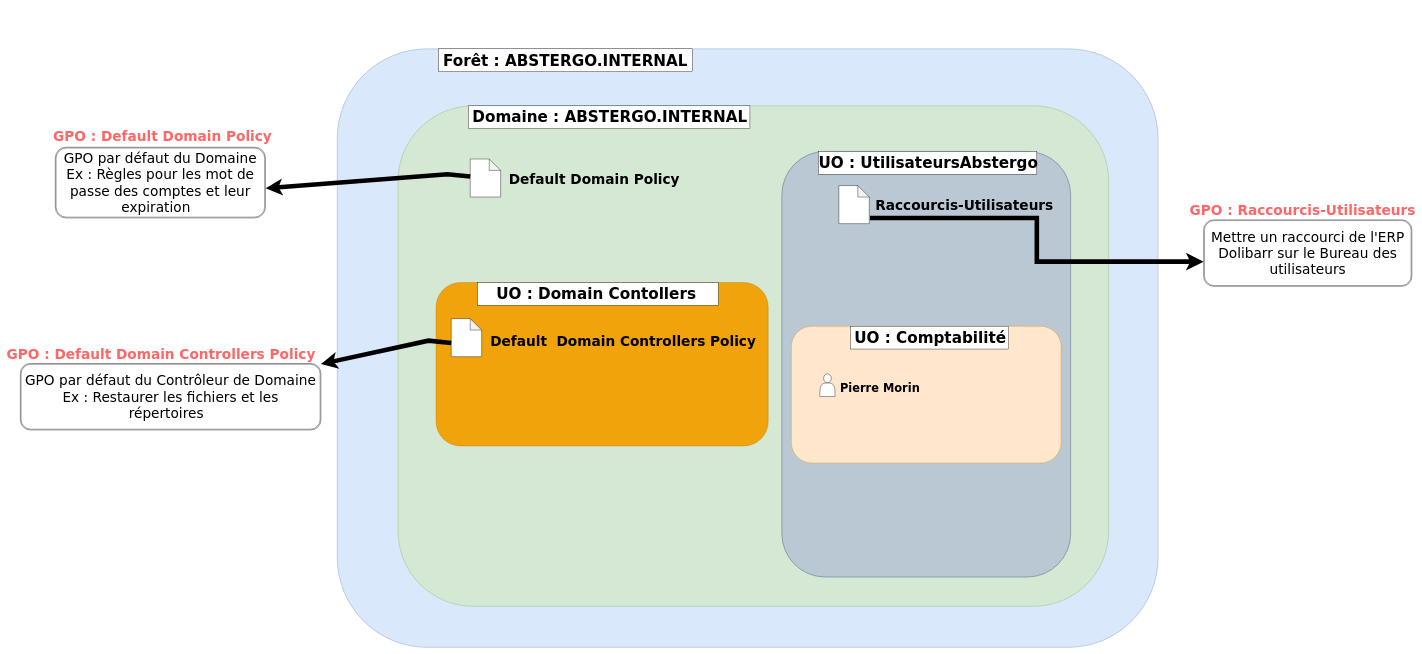
The draw.io diagram Vue_administration.drawio in CharifMah/AbstergoAnimus, before the edit. Source tidied: cells renumbered, new cells numbered last; positions are measured from the earlier drawing's top-left corner, leaving out a move shared by most shapes. Both pictures are drawn from the tidied source at 38%, with x=0, y=0 at pixel (20, 49).
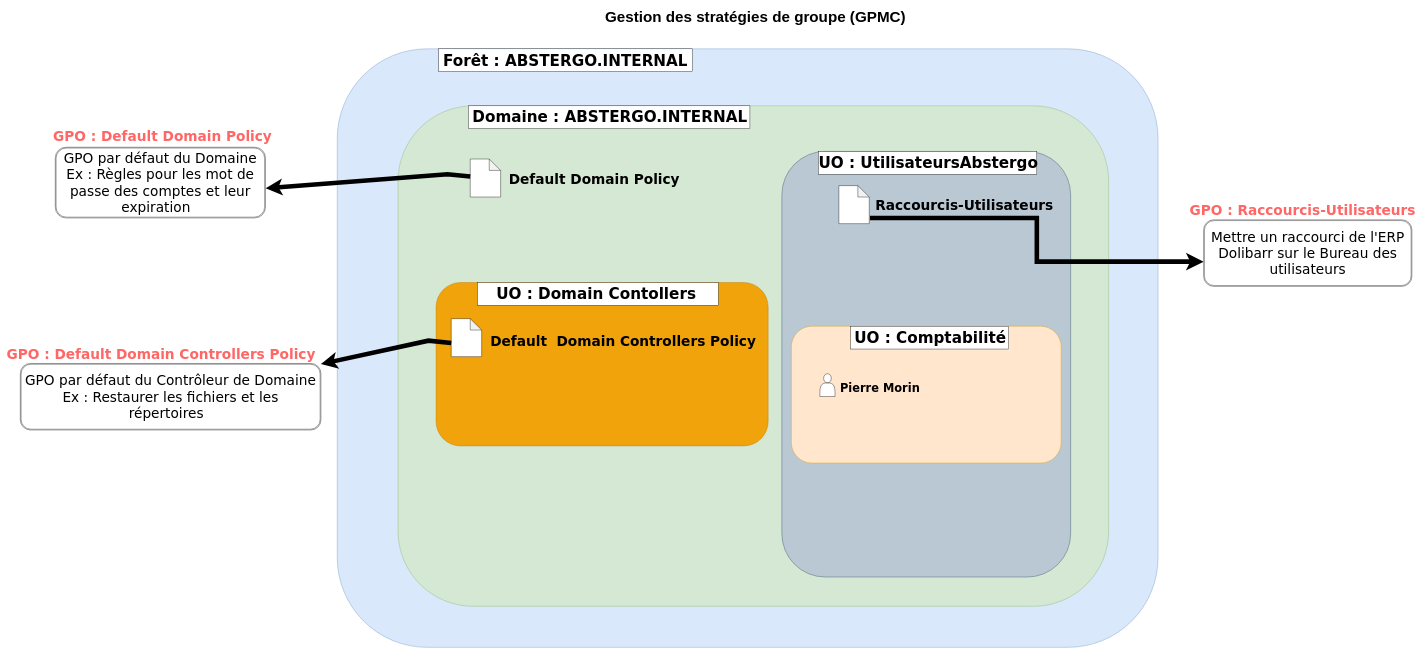
The same page after the edit.

Commit message:
Mettre à jour Vue_administration.drawio

The edit, as a diff of the source:
```diff
@@
+    <mxCell id="34" value="&lt;h1 style=&quot;text-align: left; box-sizing: inherit; margin: 0px; max-width: 1072px; line-height: 46px;&quot; class=&quot;blog-post-hero-title semibold&quot;&gt;&lt;span style=&quot;color: var(--primary-dark-navy-600); font-family: &amp;quot;Graphik LC Web&amp;quot;, sans-serif; font-size: 40px; background-color: rgb(255, 255, 255);&quot;&gt;Gestion des stratégies de groupe (GPMC)&lt;/span&gt;&lt;br&gt;&lt;/h1&gt;" style="text;strokeColor=none;fillColor=none;html=1;fontSize=24;fontStyle=1;verticalAlign=middle;align=center;" parent="1" vertex="1">
+      <mxGeometry x="1884" y="-107" width="100" height="40" as="geometry" />
+    </mxCell>
```
